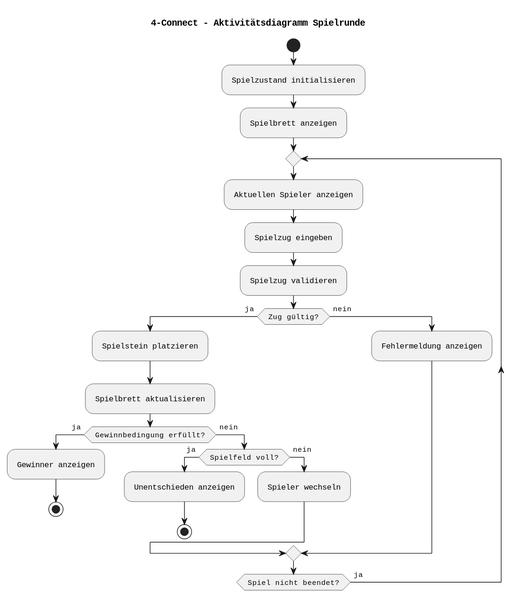
The PlantUML diagram final/uml-03-aktivitaetsdiagramm-spielrunde.svg in realLucas01/SEGR11, before a commit.
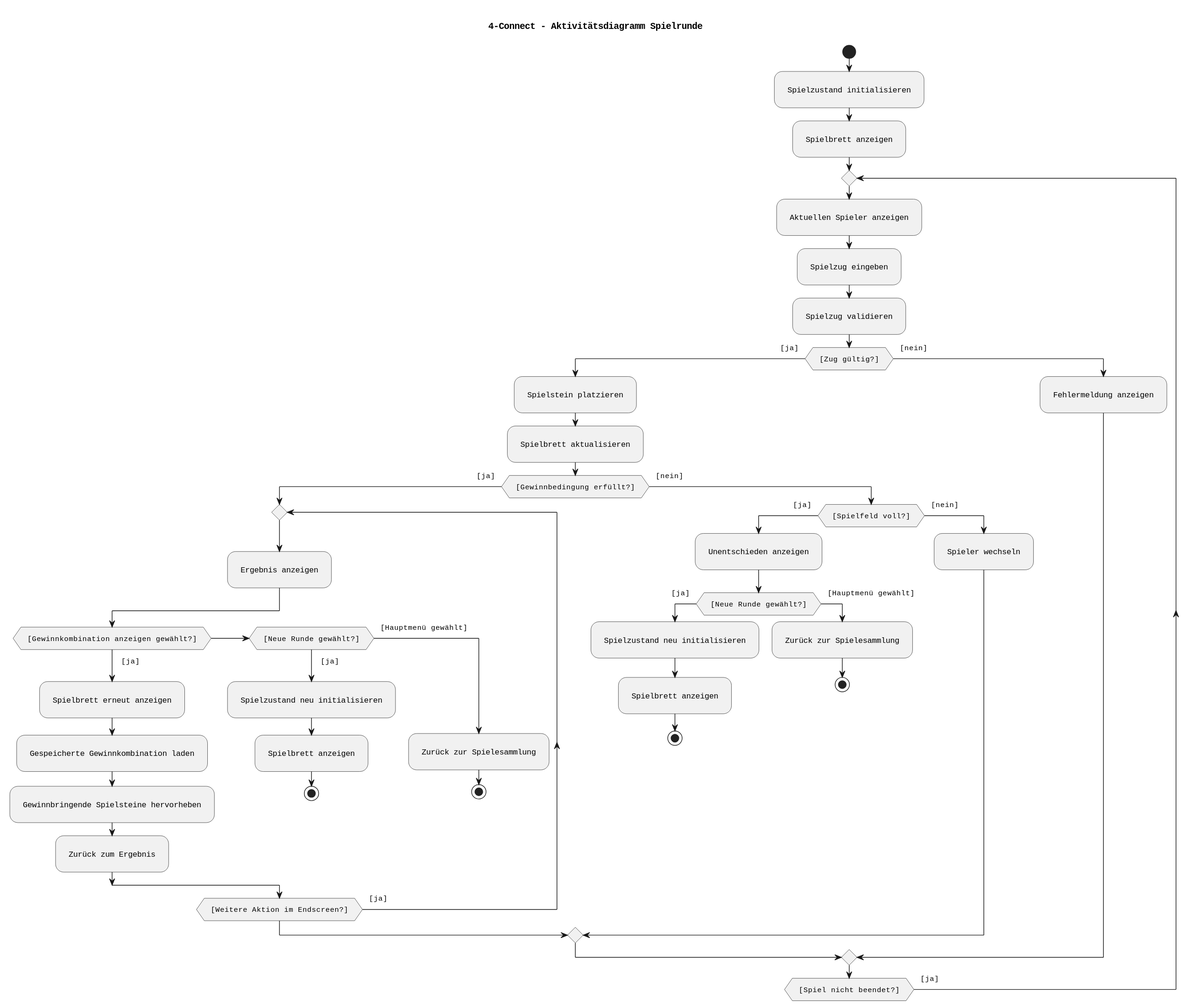
Later version of the same file.

What changed in the source:
```diff
@@ -2,9 +2,10 @@
 title 4-Connect - Aktivitätsdiagramm Spielrunde
 
 skinparam defaultFontName Monospaced
+skinparam linetype ortho
 skinparam nodesep 300
-skinparam ranksep 100
-skinparam padding 5
+skinparam ranksep 300
+skinparam padding 10
 
 start
 
@@ -16,25 +17,54 @@
   :Spielzug eingeben;
   :Spielzug validieren;
 
-  if (Zug gültig?) then (ja)
+  if ([Zug gültig?]) then ([ja])
     :Spielstein platzieren;
     :Spielbrett aktualisieren;
 
-    if (Gewinnbedingung erfüllt?) then (ja)
-      :Gewinner anzeigen;
-      stop
-    else (nein)
-      if (Spielfeld voll?) then (ja)
+    if ([Gewinnbedingung erfüllt?]) then ([ja])
+
+      repeat
+        :Ergebnis anzeigen;
+
+        if ([Gewinnkombination anzeigen gewählt?]) then ([ja])
+          :Spielbrett erneut anzeigen;
+          :Gespeicherte Gewinnkombination laden;
+          :Gewinnbringende Spielsteine hervorheben;
+          :Zurück zum Ergebnis;
+        elseif ([Neue Runde gewählt?]) then ([ja])
+          :Spielzustand neu initialisieren;
+          :Spielbrett anzeigen;
+          stop
+        else ([Hauptmenü gewählt])
+          :Zurück zur Spielesammlung;
+          stop
+        endif
+
+      repeat while ([Weitere Aktion im Endscreen?]) is ([ja])
+
+    else ([nein])
+
+      if ([Spielfeld voll?]) then ([ja])
         :Unentschieden anzeigen;
-        stop
-      else (nein)
+
+        if ([Neue Runde gewählt?]) then ([ja])
+          :Spielzustand neu initialisieren;
+          :Spielbrett anzeigen;
+          stop
+        else ([Hauptmenü gewählt])
+          :Zurück zur Spielesammlung;
+          stop
+        endif
+
+      else ([nein])
         :Spieler wechseln;
       endif
+
     endif
 
-  else (nein)
+  else ([nein])
     :Fehlermeldung anzeigen;
   endif
 
-repeat while (Spiel nicht beendet?) is (ja)
+repeat while ([Spiel nicht beendet?]) is ([ja])
 @enduml
```
